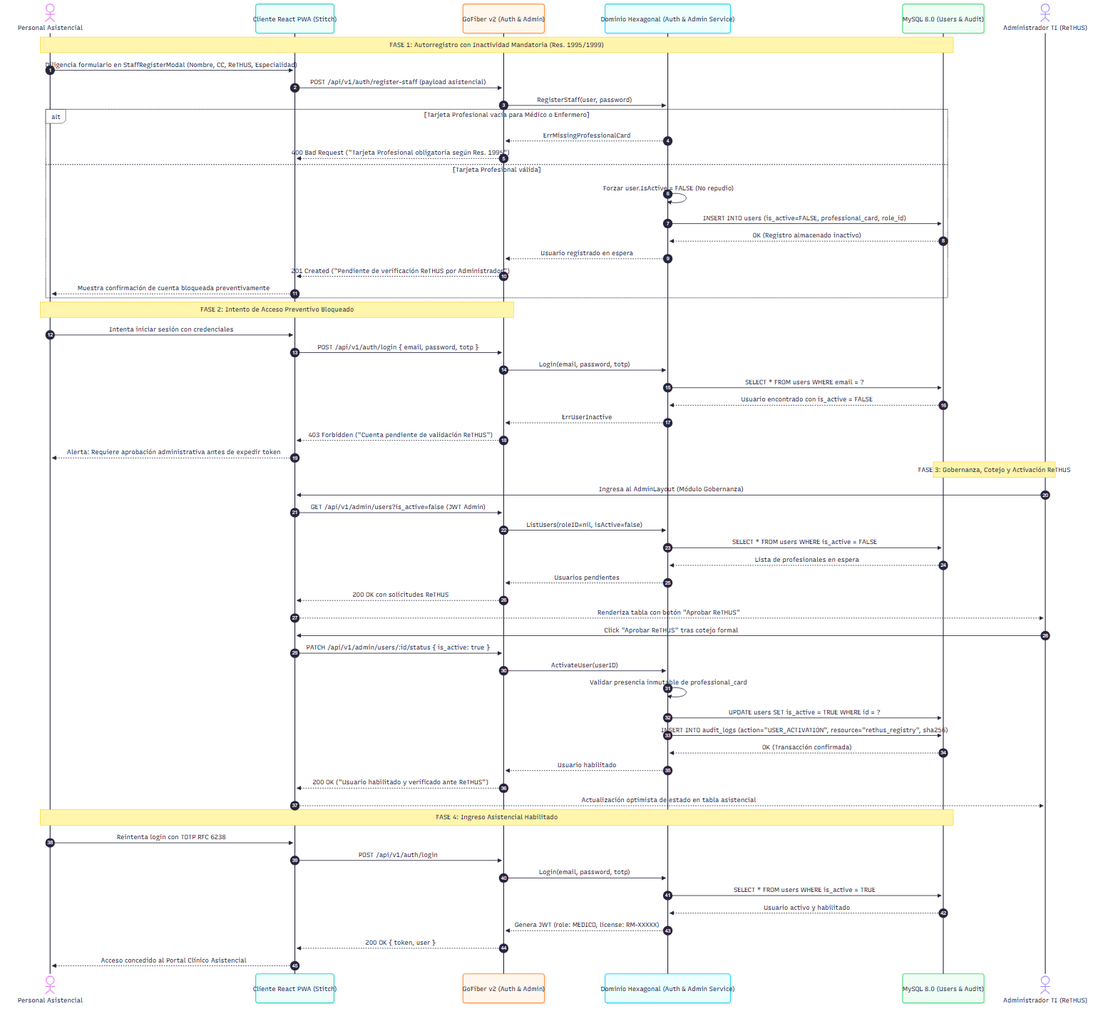
The Mermaid diagram docs/diagrams/09_secuencia_gobernanza_rethus.png in ThiagoVelez/Proyecto_felipe, before a commit. Its source is kept beside it as docs/diagrams/09_secuencia_gobernanza_rethus.mmd.
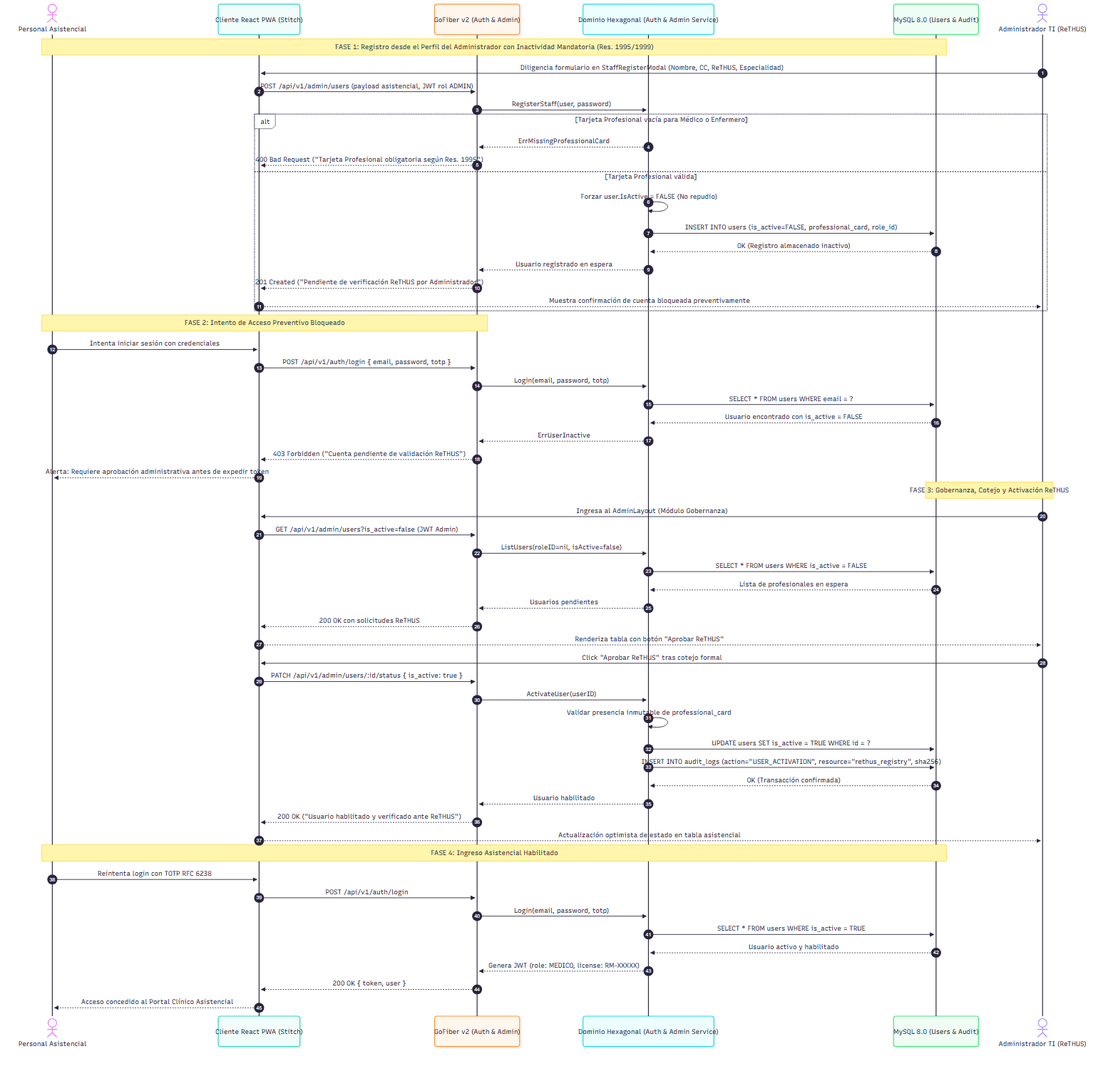
Later version of the same file.

The edit, as a diff of the source:
```diff
@@ -7,9 +7,9 @@
     participant DB as MySQL 8.0 (Users & Audit)
     actor Admin as Administrador TI (ReTHUS)
 
-    Note over Personal,DB: FASE 1: Autorregistro con Inactividad Mandatoria (Res. 1995/1999)
-    Personal->>PWA: Diligencia formulario en StaffRegisterModal (Nombre, CC, ReTHUS, Especialidad)
-    PWA->>API: POST /api/v1/auth/register-staff (payload asistencial)
+    Note over Personal,DB: FASE 1: Registro desde el Perfil del Administrador con Inactividad Mandatoria (Res. 1995/1999)
+    Admin->>PWA: Diligencia formulario en StaffRegisterModal (Nombre, CC, ReTHUS, Especialidad)
+    PWA->>API: POST /api/v1/admin/users (payload asistencial, JWT rol ADMIN)
     API->>Core: RegisterStaff(user, password)
     alt Tarjeta Profesional vacía para Médico o Enfermero
         Core-->>API: ErrMissingProfessionalCard
@@ -20,7 +20,7 @@
         DB-->>Core: OK (Registro almacenado inactivo)
         Core-->>API: Usuario registrado en espera
         API-->>PWA: 201 Created ("Pendiente de verificación ReTHUS por Administrador")
-        PWA-->>Personal: Muestra confirmación de cuenta bloqueada preventivamente
+        PWA-->>Admin: Muestra confirmación de cuenta bloqueada preventivamente
     end
 
     Note over Personal,API: FASE 2: Intento de Acceso Preventivo Bloqueado
```
